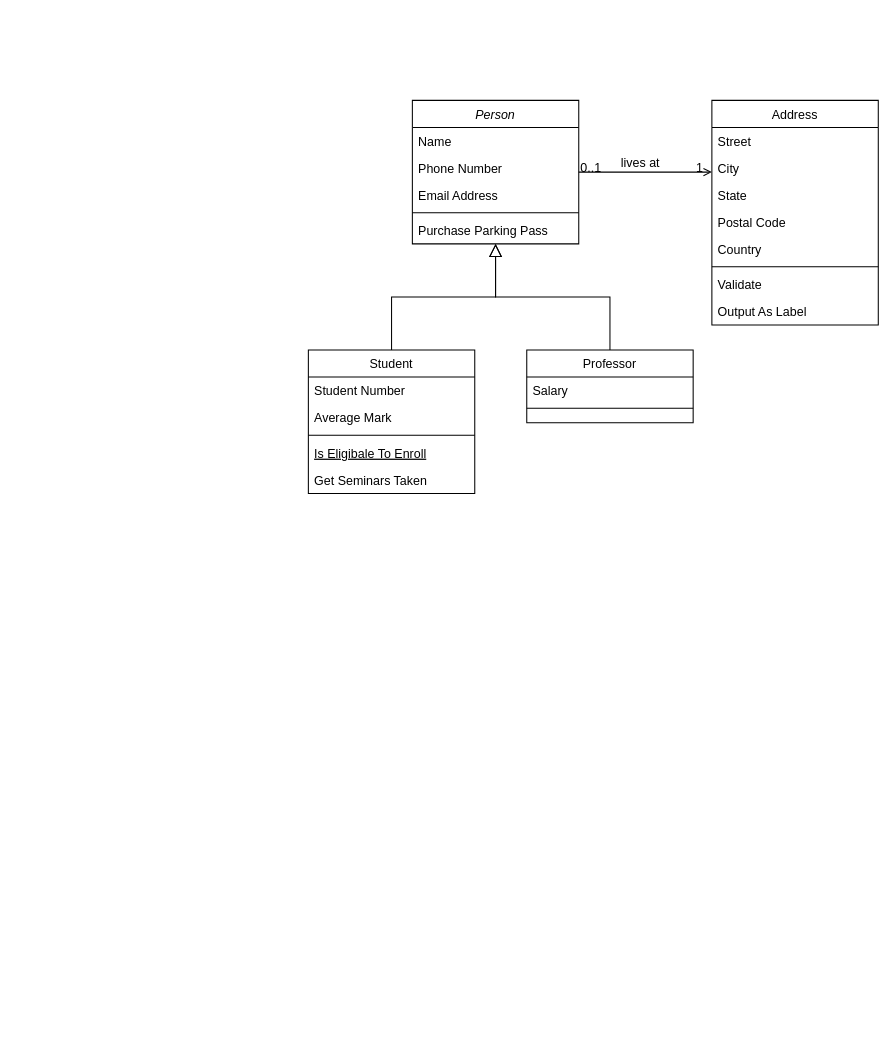
This is Untitled Diagram.drawio from lordHodges/diagramasUML, a draw.io file, before an edit. Source tidied: cells renumbered, new cells numbered last; positions are measured from the earlier drawing's top-left corner, leaving out a move shared by most shapes. Both pictures are drawn from the tidied source at 104%, with x=0, y=0 at pixel (308, 100).
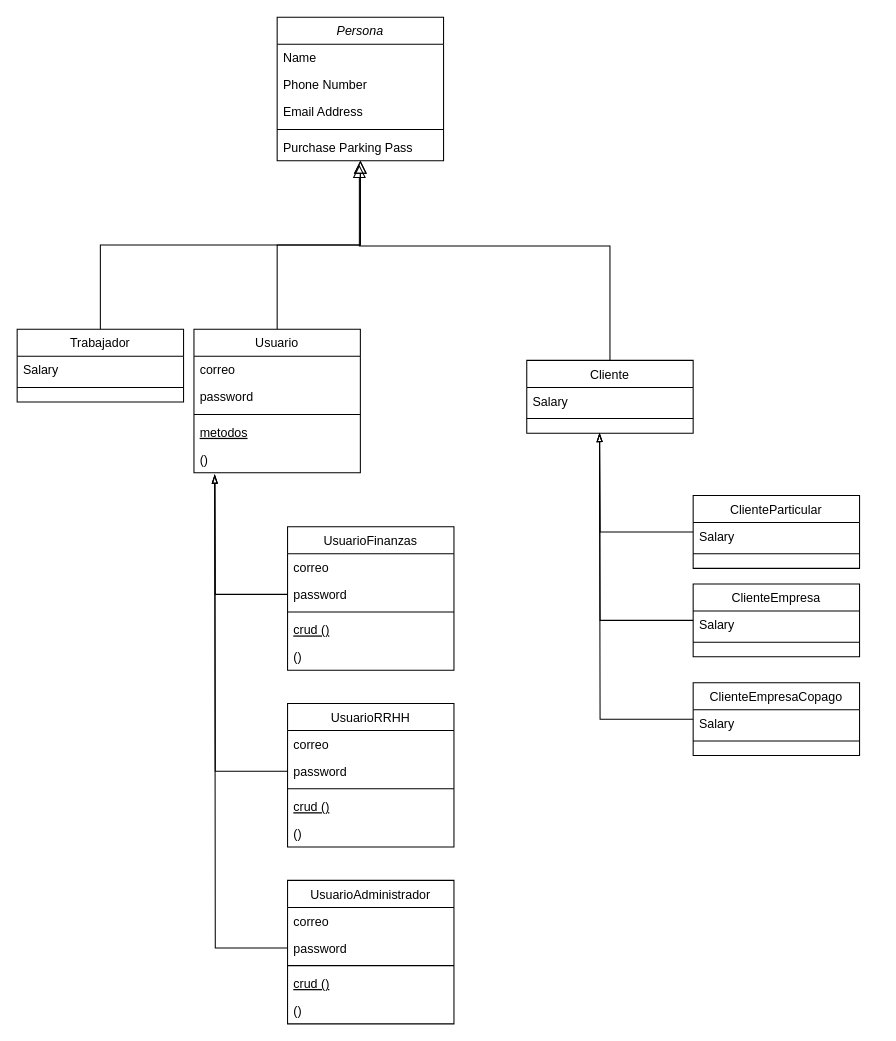
The same diagram, later.

The change refers to these unchanged cells:
```xml
<mxCell id="7" value="Purchase Parking Pass" style="text;align=left;verticalAlign=top;spacingLeft=4;spacingRight=4;overflow=hidden;points=[[0,0.5],[1,0.5]];portConstraint=eastwest;" parent="2" vertex="1">
  <mxGeometry y="112" width="160" height="26" as="geometry" />
</mxCell>
```

What changed in the source:
```diff
@@
+    <mxCell id="14" style="endArrow=block;endSize=10;endFill=0;shadow=0;strokeWidth=1;rounded=0;edgeStyle=elbowEdgeStyle;elbow=vertical;" parent="1" edge="1" source="8" target="2">
+      <mxGeometry relative="1" as="geometry" />
+    </mxCell>
+    <mxCell id="18" style="endArrow=block;endSize=10;endFill=0;shadow=0;strokeWidth=1;rounded=0;edgeStyle=elbowEdgeStyle;elbow=vertical;" parent="1" edge="1" source="15" target="2">
+      <mxGeometry relative="1" as="geometry" />
+    </mxCell>
-    <mxCell id="2" value="Person" style="swimlane;fontStyle=2;align=center;verticalAlign=top;horizontal=1;startSize=26;rounded=0;shadow=0;strokeWidth=1;" parent="1" vertex="1">
-      <mxGeometry x="100" width="160" height="138" as="geometry" />
+    <mxCell id="2" value="Persona" style="swimlane;fontStyle=2;align=center;verticalAlign=top;horizontal=1;startSize=26;rounded=0;shadow=0;strokeWidth=1;" parent="1" vertex="1">
+      <mxGeometry x="-30" y="-80" width="160" height="138" as="geometry" />
     </mxCell>
@@
-    <mxCell id="8" value="Student" style="swimlane;fontStyle=0;align=center;verticalAlign=top;horizontal=1;startSize=26;rounded=0;shadow=0;strokeWidth=1;" parent="1" vertex="1">
-      <mxGeometry y="240" width="160" height="138" as="geometry" />
+    <mxCell id="8" value="Usuario" style="swimlane;fontStyle=0;align=center;verticalAlign=top;horizontal=1;startSize=26;rounded=0;shadow=0;strokeWidth=1;" parent="1" vertex="1">
+      <mxGeometry x="-110" y="220" width="160" height="138" as="geometry" />
     </mxCell>
-    <mxCell id="9" value="Student Number" style="text;align=left;verticalAlign=top;spacingLeft=4;spacingRight=4;overflow=hidden;" parent="8" vertex="1">
+    <mxCell id="9" value="correo" style="text;align=left;verticalAlign=top;spacingLeft=4;spacingRight=4;overflow=hidden;" parent="8" vertex="1">
       <mxGeometry y="26" width="160" height="26" as="geometry" />
     </mxCell>
-    <mxCell id="10" value="Average Mark" style="text;align=left;verticalAlign=top;spacingLeft=4;spacingRight=4;overflow=hidden;rounded=0;shadow=0;html=0;" parent="8" vertex="1">
+    <mxCell id="10" value="password" style="text;align=left;verticalAlign=top;spacingLeft=4;spacingRight=4;overflow=hidden;rounded=0;shadow=0;html=0;" parent="8" vertex="1">
       <mxGeometry y="52" width="160" height="26" as="geometry" />
     </mxCell>
@@
-    <mxCell id="12" value="Is Eligibale To Enroll" style="text;align=left;verticalAlign=top;spacingLeft=4;spacingRight=4;overflow=hidden;fontStyle=4;" parent="8" vertex="1">
+    <mxCell id="12" value="metodos" style="text;align=left;verticalAlign=top;spacingLeft=4;spacingRight=4;overflow=hidden;fontStyle=4;" parent="8" vertex="1">
       <mxGeometry y="86" width="160" height="26" as="geometry" />
     </mxCell>
-    <mxCell id="13" value="Get Seminars Taken" style="text;align=left;verticalAlign=top;spacingLeft=4;spacingRight=4;overflow=hidden;" parent="8" vertex="1">
+    <mxCell id="13" value="()" style="text;align=left;verticalAlign=top;spacingLeft=4;spacingRight=4;overflow=hidden;" parent="8" vertex="1">
       <mxGeometry y="112" width="160" height="26" as="geometry" />
     </mxCell>
-    <mxCell id="14" style="endArrow=block;endSize=10;endFill=0;shadow=0;strokeWidth=1;rounded=0;edgeStyle=elbowEdgeStyle;elbow=vertical;" parent="1" edge="1" source="8" target="2">
-      <mxGeometry relative="1" as="geometry" />
-    </mxCell>
+    <mxCell id="32" style="endArrow=block;endSize=10;endFill=0;shadow=0;strokeWidth=1;rounded=0;edgeStyle=elbowEdgeStyle;elbow=vertical;entryX=0.494;entryY=1.154;entryDx=0;entryDy=0;entryPerimeter=0;exitX=0.5;exitY=0;exitDx=0;exitDy=0;" parent="1" edge="1" source="33" target="7">
+      <mxGeometry relative="1" as="geometry">
+        <Array as="points">
+          <mxPoint x="70" y="140" />
+          <mxPoint x="200" y="130" />
+        </Array>
+      </mxGeometry>
+    </mxCell>
-    <mxCell id="15" value="Professor" style="swimlane;fontStyle=0;align=center;verticalAlign=top;horizontal=1;startSize=26;rounded=0;shadow=0;strokeWidth=1;" parent="1" vertex="1">
-      <mxGeometry x="210" y="240" width="160" height="70" as="geometry" />
+    <mxCell id="15" value="Trabajador" style="swimlane;fontStyle=0;align=center;verticalAlign=top;horizontal=1;startSize=26;rounded=0;shadow=0;strokeWidth=1;" parent="1" vertex="1">
+      <mxGeometry x="-280" y="220" width="160" height="70" as="geometry" />
     </mxCell>
@@
-    <mxCell id="18" style="endArrow=block;endSize=10;endFill=0;shadow=0;strokeWidth=1;rounded=0;edgeStyle=elbowEdgeStyle;elbow=vertical;" parent="1" edge="1" source="15" target="2">
-      <mxGeometry relative="1" as="geometry" />
-    </mxCell>
-    <mxCell id="19" value="Address" style="swimlane;fontStyle=0;align=center;verticalAlign=top;horizontal=1;startSize=26;rounded=0;shadow=0;strokeWidth=1;" parent="1" vertex="1">
-      <mxGeometry x="388" width="160" height="216" as="geometry" />
-    </mxCell>
-    <mxCell id="20" value="Street" style="text;align=left;verticalAlign=top;spacingLeft=4;spacingRight=4;overflow=hidden;" parent="19" vertex="1">
-      <mxGeometry y="26" width="160" height="26" as="geometry" />
-    </mxCell>
-    <mxCell id="21" value="City" style="text;align=left;verticalAlign=top;spacingLeft=4;spacingRight=4;overflow=hidden;rounded=0;shadow=0;html=0;" parent="19" vertex="1">
-      <mxGeometry y="52" width="160" height="26" as="geometry" />
-    </mxCell>
-    <mxCell id="22" value="State" style="text;align=left;verticalAlign=top;spacingLeft=4;spacingRight=4;overflow=hidden;rounded=0;shadow=0;html=0;" parent="19" vertex="1">
-      <mxGeometry y="78" width="160" height="26" as="geometry" />
-    </mxCell>
-    <mxCell id="23" value="Postal Code" style="text;align=left;verticalAlign=top;spacingLeft=4;spacingRight=4;overflow=hidden;rounded=0;shadow=0;html=0;" parent="19" vertex="1">
-      <mxGeometry y="104" width="160" height="26" as="geometry" />
-    </mxCell>
-    <mxCell id="24" value="Country" style="text;align=left;verticalAlign=top;spacingLeft=4;spacingRight=4;overflow=hidden;rounded=0;shadow=0;html=0;" parent="19" vertex="1">
-      <mxGeometry y="130" width="160" height="26" as="geometry" />
-    </mxCell>
-    <mxCell id="25" style="line;html=1;strokeWidth=1;align=left;verticalAlign=middle;spacingTop=-1;spacingLeft=3;spacingRight=3;labelPosition=right;" parent="19" vertex="1">
-      <mxGeometry y="156" width="160" height="8" as="geometry" />
-    </mxCell>
-    <mxCell id="26" value="Validate" style="text;align=left;verticalAlign=top;spacingLeft=4;spacingRight=4;overflow=hidden;" parent="19" vertex="1">
-      <mxGeometry y="164" width="160" height="26" as="geometry" />
-    </mxCell>
-    <mxCell id="27" value="Output As Label" style="text;align=left;verticalAlign=top;spacingLeft=4;spacingRight=4;overflow=hidden;" parent="19" vertex="1">
-      <mxGeometry y="190" width="160" height="26" as="geometry" />
-    </mxCell>
-    <mxCell id="28" style="endArrow=open;shadow=0;strokeWidth=1;rounded=0;endFill=1;edgeStyle=elbowEdgeStyle;elbow=vertical;" parent="1" edge="1" source="2" target="19">
-      <mxGeometry x="0.5" y="41" relative="1" as="geometry">
-        <mxPoint x="-40" y="32" as="offset" />
-      </mxGeometry>
-    </mxCell>
-    <mxCell id="29" value="0..1" style="align=left;verticalAlign=bottom;labelBackgroundColor=none;fontSize=12;" parent="28" vertex="1">
-      <mxGeometry x="-1" relative="1" as="geometry">
-        <mxPoint y="4" as="offset" />
-      </mxGeometry>
-    </mxCell>
-    <mxCell id="30" value="1" style="align=right;verticalAlign=bottom;labelBackgroundColor=none;fontSize=12;" parent="28" vertex="1">
-      <mxGeometry x="1" relative="1" as="geometry">
-        <mxPoint x="-7" y="4" as="offset" />
-      </mxGeometry>
-    </mxCell>
-    <mxCell id="31" value="lives at" style="text;html=1;align=center;verticalAlign=middle;labelBackgroundColor=none;rounded=0;shadow=0;strokeWidth=1;fontSize=12;" parent="28" vertex="1">
-      <mxGeometry x="0.5" y="49" relative="1" as="geometry">
-        <mxPoint x="-38" y="40" as="offset" />
-      </mxGeometry>
-    </mxCell>
+    <mxCell id="33" value="Cliente" style="swimlane;fontStyle=0;align=center;verticalAlign=top;horizontal=1;startSize=26;rounded=0;shadow=0;strokeWidth=1;" parent="1" vertex="1">
+      <mxGeometry x="210" y="250" width="160" height="70" as="geometry" />
+    </mxCell>
+    <mxCell id="34" value="Salary" style="text;align=left;verticalAlign=top;spacingLeft=4;spacingRight=4;overflow=hidden;" parent="33" vertex="1">
+      <mxGeometry y="26" width="160" height="26" as="geometry" />
+    </mxCell>
+    <mxCell id="35" style="line;html=1;strokeWidth=1;align=left;verticalAlign=middle;spacingTop=-1;spacingLeft=3;spacingRight=3;labelPosition=right;" parent="33" vertex="1">
+      <mxGeometry y="52" width="160" height="8" as="geometry" />
+    </mxCell>
+    <mxCell id="36" style="edgeStyle=orthogonalEdgeStyle;rounded=0;jettySize=auto;html=1;endArrow=blockThin;endFill=0;" parent="1" edge="1" source="37">
+      <mxGeometry relative="1" as="geometry">
+        <mxPoint x="280" y="320" as="targetPoint" />
+      </mxGeometry>
+    </mxCell>
+    <mxCell id="37" value="ClienteParticular" style="swimlane;fontStyle=0;align=center;verticalAlign=top;horizontal=1;startSize=26;rounded=0;shadow=0;strokeWidth=1;" parent="1" vertex="1">
+      <mxGeometry x="370" y="380" width="160" height="70" as="geometry" />
+    </mxCell>
+    <mxCell id="38" value="Salary" style="text;align=left;verticalAlign=top;spacingLeft=4;spacingRight=4;overflow=hidden;" parent="37" vertex="1">
+      <mxGeometry y="26" width="160" height="26" as="geometry" />
+    </mxCell>
+    <mxCell id="39" style="line;html=1;strokeWidth=1;align=left;verticalAlign=middle;spacingTop=-1;spacingLeft=3;spacingRight=3;labelPosition=right;" parent="37" vertex="1">
+      <mxGeometry y="52" width="160" height="8" as="geometry" />
+    </mxCell>
+    <mxCell id="40" style="edgeStyle=orthogonalEdgeStyle;rounded=0;jettySize=auto;html=1;endArrow=blockThin;endFill=0;" parent="1" edge="1" source="41">
+      <mxGeometry relative="1" as="geometry">
+        <mxPoint x="280" y="320" as="targetPoint" />
+      </mxGeometry>
+    </mxCell>
+    <mxCell id="41" value="ClienteEmpresa" style="swimlane;fontStyle=0;align=center;verticalAlign=top;horizontal=1;startSize=26;rounded=0;shadow=0;strokeWidth=1;" parent="1" vertex="1">
+      <mxGeometry x="370" y="465" width="160" height="70" as="geometry" />
+    </mxCell>
+    <mxCell id="42" value="Salary" style="text;align=left;verticalAlign=top;spacingLeft=4;spacingRight=4;overflow=hidden;" parent="41" vertex="1">
+      <mxGeometry y="26" width="160" height="26" as="geometry" />
+    </mxCell>
+    <mxCell id="43" style="line;html=1;strokeWidth=1;align=left;verticalAlign=middle;spacingTop=-1;spacingLeft=3;spacingRight=3;labelPosition=right;" parent="41" vertex="1">
+      <mxGeometry y="52" width="160" height="8" as="geometry" />
+    </mxCell>
+    <mxCell id="44" style="edgeStyle=orthogonalEdgeStyle;rounded=0;jettySize=auto;html=1;endArrow=blockThin;endFill=0;" parent="1" edge="1" source="45">
+      <mxGeometry relative="1" as="geometry">
+        <mxPoint x="280" y="320" as="targetPoint" />
+      </mxGeometry>
+    </mxCell>
+    <mxCell id="45" value="ClienteEmpresaCopago&#10;" style="swimlane;fontStyle=0;align=center;verticalAlign=top;horizontal=1;startSize=26;rounded=0;shadow=0;strokeWidth=1;" parent="1" vertex="1">
+      <mxGeometry x="370" y="560" width="160" height="70" as="geometry" />
+    </mxCell>
+    <mxCell id="46" value="Salary" style="text;align=left;verticalAlign=top;spacingLeft=4;spacingRight=4;overflow=hidden;" parent="45" vertex="1">
+      <mxGeometry y="26" width="160" height="26" as="geometry" />
+    </mxCell>
+    <mxCell id="47" style="line;html=1;strokeWidth=1;align=left;verticalAlign=middle;spacingTop=-1;spacingLeft=3;spacingRight=3;labelPosition=right;" parent="45" vertex="1">
+      <mxGeometry y="52" width="160" height="8" as="geometry" />
+    </mxCell>
+    <mxCell id="48" value="UsuarioFinanzas&#10;" style="swimlane;fontStyle=0;align=center;verticalAlign=top;horizontal=1;startSize=26;rounded=0;shadow=0;strokeWidth=1;" parent="1" vertex="1">
+      <mxGeometry x="-20" y="410" width="160" height="138" as="geometry" />
+    </mxCell>
+    <mxCell id="49" value="correo" style="text;align=left;verticalAlign=top;spacingLeft=4;spacingRight=4;overflow=hidden;" parent="48" vertex="1">
+      <mxGeometry y="26" width="160" height="26" as="geometry" />
+    </mxCell>
+    <mxCell id="50" value="password" style="text;align=left;verticalAlign=top;spacingLeft=4;spacingRight=4;overflow=hidden;points=[[0,0.5],[1,0.5]];portConstraint=eastwest;rounded=0;shadow=0;html=0;" parent="48" vertex="1">
+      <mxGeometry y="52" width="160" height="26" as="geometry" />
+    </mxCell>
+    <mxCell id="51" style="line;html=1;strokeWidth=1;align=left;verticalAlign=middle;spacingTop=-1;spacingLeft=3;spacingRight=3;labelPosition=right;" parent="48" vertex="1">
+      <mxGeometry y="78" width="160" height="8" as="geometry" />
+    </mxCell>
+    <mxCell id="52" value="crud ()" style="text;align=left;verticalAlign=top;spacingLeft=4;spacingRight=4;overflow=hidden;fontStyle=4;" parent="48" vertex="1">
+      <mxGeometry y="86" width="160" height="26" as="geometry" />
+    </mxCell>
+    <mxCell id="53" value="()" style="text;align=left;verticalAlign=top;spacingLeft=4;spacingRight=4;overflow=hidden;" parent="48" vertex="1">
+      <mxGeometry y="112" width="160" height="26" as="geometry" />
+    </mxCell>
+    <mxCell id="54" value="UsuarioRRHH&#10;" style="swimlane;fontStyle=0;align=center;verticalAlign=top;horizontal=1;startSize=26;rounded=0;shadow=0;strokeWidth=1;" parent="1" vertex="1">
+      <mxGeometry x="-20" y="580" width="160" height="138" as="geometry" />
+    </mxCell>
+    <mxCell id="55" value="correo" style="text;align=left;verticalAlign=top;spacingLeft=4;spacingRight=4;overflow=hidden;" parent="54" vertex="1">
+      <mxGeometry y="26" width="160" height="26" as="geometry" />
+    </mxCell>
+    <mxCell id="56" value="password" style="text;align=left;verticalAlign=top;spacingLeft=4;spacingRight=4;overflow=hidden;points=[[0,0.5],[1,0.5]];portConstraint=eastwest;rounded=0;shadow=0;html=0;" parent="54" vertex="1">
+      <mxGeometry y="52" width="160" height="26" as="geometry" />
+    </mxCell>
+    <mxCell id="57" style="line;html=1;strokeWidth=1;align=left;verticalAlign=middle;spacingTop=-1;spacingLeft=3;spacingRight=3;labelPosition=right;" parent="54" vertex="1">
+      <mxGeometry y="78" width="160" height="8" as="geometry" />
+    </mxCell>
+    <mxCell id="58" value="crud ()" style="text;align=left;verticalAlign=top;spacingLeft=4;spacingRight=4;overflow=hidden;fontStyle=4;" parent="54" vertex="1">
+      <mxGeometry y="86" width="160" height="26" as="geometry" />
+    </mxCell>
+    <mxCell id="59" value="()" style="text;align=left;verticalAlign=top;spacingLeft=4;spacingRight=4;overflow=hidden;" parent="54" vertex="1">
+      <mxGeometry y="112" width="160" height="26" as="geometry" />
+    </mxCell>
+    <mxCell id="60" style="edgeStyle=orthogonalEdgeStyle;rounded=0;jettySize=auto;html=1;endArrow=blockThin;endFill=0;" parent="1" edge="1" source="56">
+      <mxGeometry relative="1" as="geometry">
+        <mxPoint x="-90" y="360" as="targetPoint" />
+      </mxGeometry>
+    </mxCell>
+    <mxCell id="61" value="UsuarioAdministrador&#10;" style="swimlane;fontStyle=0;align=center;verticalAlign=top;horizontal=1;startSize=26;rounded=0;shadow=0;strokeWidth=1;" parent="1" vertex="1">
+      <mxGeometry x="-20" y="750" width="160" height="138" as="geometry" />
+    </mxCell>
+    <mxCell id="62" value="correo" style="text;align=left;verticalAlign=top;spacingLeft=4;spacingRight=4;overflow=hidden;" parent="61" vertex="1">
+      <mxGeometry y="26" width="160" height="26" as="geometry" />
+    </mxCell>
+    <mxCell id="63" value="password" style="text;align=left;verticalAlign=top;spacingLeft=4;spacingRight=4;overflow=hidden;points=[[0,0.5],[1,0.5]];portConstraint=eastwest;rounded=0;shadow=0;html=0;" parent="61" vertex="1">
+      <mxGeometry y="52" width="160" height="26" as="geometry" />
+    </mxCell>
+    <mxCell id="64" style="line;html=1;strokeWidth=1;align=left;verticalAlign=middle;spacingTop=-1;spacingLeft=3;spacingRight=3;labelPosition=right;" parent="61" vertex="1">
+      <mxGeometry y="78" width="160" height="8" as="geometry" />
+    </mxCell>
+    <mxCell id="65" value="crud ()" style="text;align=left;verticalAlign=top;spacingLeft=4;spacingRight=4;overflow=hidden;fontStyle=4;" parent="61" vertex="1">
+      <mxGeometry y="86" width="160" height="26" as="geometry" />
+    </mxCell>
+    <mxCell id="66" value="()" style="text;align=left;verticalAlign=top;spacingLeft=4;spacingRight=4;overflow=hidden;" parent="61" vertex="1">
+      <mxGeometry y="112" width="160" height="26" as="geometry" />
+    </mxCell>
+    <mxCell id="67" style="edgeStyle=orthogonalEdgeStyle;rounded=0;jettySize=auto;html=1;endArrow=blockThin;endFill=0;" parent="1" edge="1" source="63">
+      <mxGeometry relative="1" as="geometry">
+        <mxPoint x="-90" y="360" as="targetPoint" />
+      </mxGeometry>
+    </mxCell>
+    <mxCell id="68" style="edgeStyle=orthogonalEdgeStyle;rounded=0;jettySize=auto;html=1;endArrow=blockThin;endFill=0;" parent="1" edge="1" source="50">
+      <mxGeometry relative="1" as="geometry">
+        <mxPoint x="-90" y="360" as="targetPoint" />
+      </mxGeometry>
+    </mxCell>
```
